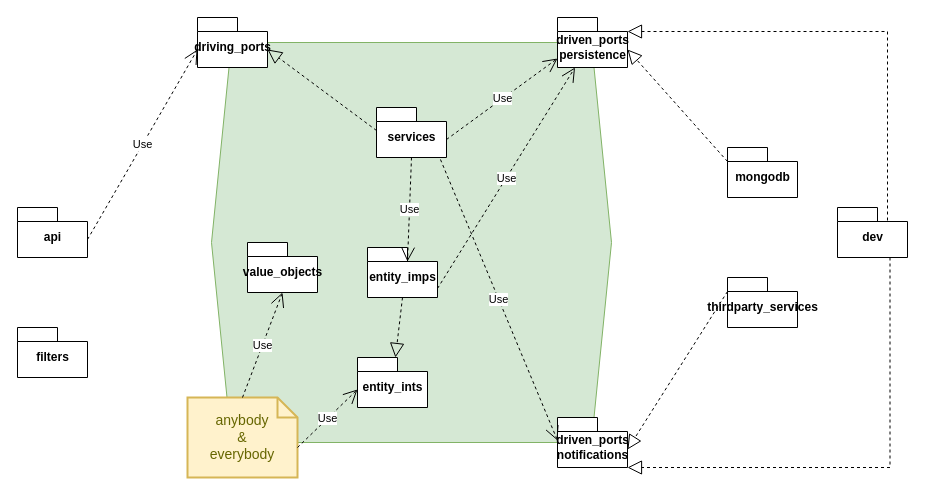
Earlier version of the draw.io diagram beapi/PackagesArchitecture.drawio (Squoss/Fixadat). Source tidied: cells renumbered, new cells numbered last; positions are measured from the earlier drawing's top-left corner, leaving out a move shared by most shapes. Both pictures are drawn from the tidied source at 100%, with x=0, y=0 at pixel (17, 17).
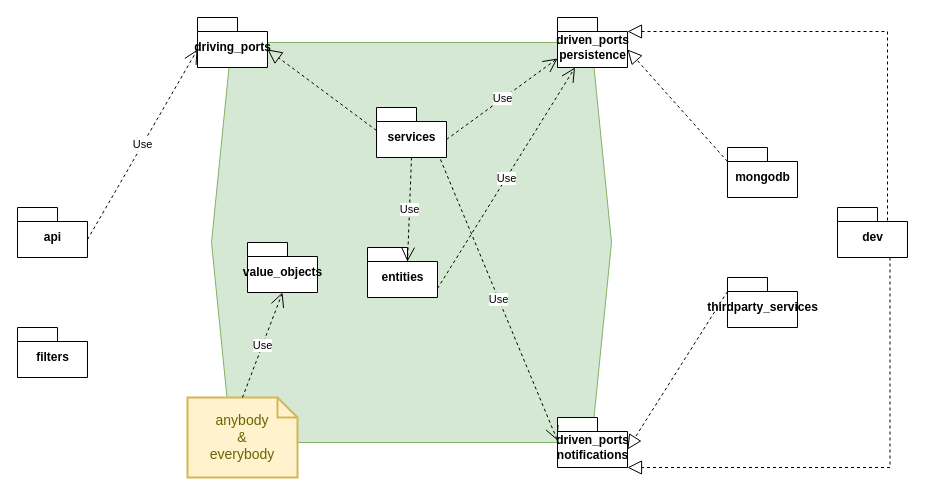
The same page after the edit.

Commit message (it also covers changes not shown here):
refactored entities

The change refers to these unchanged cells:
```xml
<mxCell id="19" value="&lt;div&gt;anybody&lt;/div&gt;&lt;div&gt;&amp;amp;&lt;/div&gt;&lt;div&gt;everybody&lt;br&gt;&lt;/div&gt;" style="shape=note;strokeWidth=2;fontSize=14;size=20;whiteSpace=wrap;html=1;fillColor=#fff2cc;strokeColor=#d6b656;fontColor=#666600;" parent="1" vertex="1">
  <mxGeometry x="170" y="380" width="110" height="80" as="geometry" />
</mxCell>
```

What changed in the source:
```diff
@@
-    <mxCell id="7" value="entity_imps" style="shape=folder;fontStyle=1;spacingTop=10;tabWidth=40;tabHeight=14;tabPosition=left;html=1;" parent="1" vertex="1">
+    <mxCell id="7" value="entities" style="shape=folder;fontStyle=1;spacingTop=10;tabWidth=40;tabHeight=14;tabPosition=left;html=1;" parent="1" vertex="1">
       <mxGeometry x="350" y="230" width="70" height="50" as="geometry" />
     </mxCell>
@@
-    <mxCell id="25" value="&lt;div&gt;entity_ints&lt;/div&gt;" style="shape=folder;fontStyle=1;spacingTop=10;tabWidth=40;tabHeight=14;tabPosition=left;html=1;" parent="1" vertex="1">
-      <mxGeometry x="340" y="340" width="70" height="50" as="geometry" />
-    </mxCell>
-    <mxCell id="26" value="Use" style="endArrow=open;endSize=12;dashed=1;html=1;exitX=0;exitY=0;exitDx=110.00000000000001;exitDy=50;exitPerimeter=0;entryX=0;entryY=0;entryDx=0;entryDy=32;entryPerimeter=0;" parent="1" edge="1" source="19" target="25">
-      <mxGeometry relative="1" as="geometry" />
-    </mxCell>
-    <mxCell id="27" style="endArrow=block;dashed=1;endFill=0;endSize=12;html=1;exitX=0.5;exitY=1;exitDx=0;exitDy=0;exitPerimeter=0;" parent="1" edge="1" source="7" target="25">
-      <mxGeometry relative="1" as="geometry" />
-    </mxCell>
```
